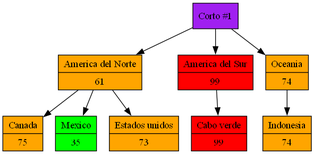
Earlier version of the Graphviz export Proyecto1/grafica.png (Ennero/-LFP-2S24Proyectos_202302220). Its source is kept beside it as Proyecto1/grafica.dot.
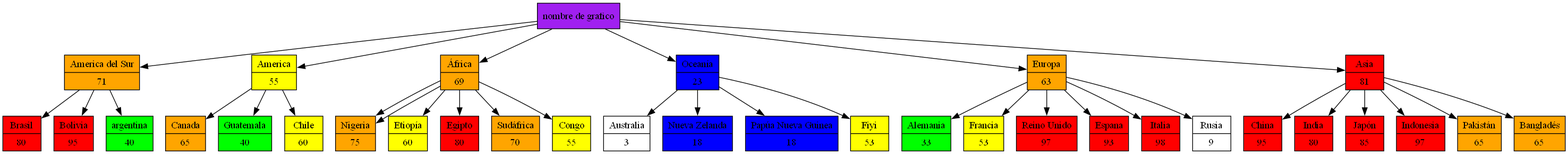
The same diagram one commit later.

What changed in the source:
```diff
@@ -1,21 +1,73 @@
 digraph Grafica {
 rankdir=TB;
 node [shape = record, style = filled];
-"Corto #1" [Label="{Corto #1}" fillcolor="purple"];
-"America del Norte" [label="{America del Norte|61}" fillcolor="orange";];
-"Corto #1" -> "America del Norte";
-"Canada" [label="{Canada|75}" fillcolor="orange";];
-"America del Norte" -> "Canada";
-"Mexico" [label="{Mexico|35}" fillcolor="green";];
-"America del Norte" -> "Mexico";
-"Estados unidos" [label="{Estados unidos|73}" fillcolor="orange";];
-"America del Norte" -> "Estados unidos";
-"America del Sur" [label="{America del Sur|99}" fillcolor="red";];
-"Corto #1" -> "America del Sur";
-"Cabo verde" [label="{Cabo verde|99}" fillcolor="red";];
-"America del Sur" -> "Cabo verde";
-"Oceania" [label="{Oceania|74}" fillcolor="orange";];
-"Corto #1" -> "Oceania";
-"Indonesia" [label="{Indonesia|74}" fillcolor="orange";];
-"Oceania" -> "Indonesia";
+"nombre de grafico" [Label="{nombre de grafico}" fillcolor="purple"];
+"America del Sur" [label="{America del Sur|71}" fillcolor="orange";];
+"nombre de grafico" -> "America del Sur";
+"Brasil" [label="{Brasil|80}" fillcolor="red";];
+"America del Sur" -> "Brasil";
+"Bolivia" [label="{Bolivia|95}" fillcolor="red";];
+"America del Sur" -> "Bolivia";
+"argentina" [label="{argentina|40}" fillcolor="green";];
+"America del Sur" -> "argentina";
+"America" [label="{America|55}" fillcolor="yellow";];
+"nombre de grafico" -> "America";
+"Canada" [label="{Canada|65}" fillcolor="orange";];
+"America" -> "Canada";
+"Guatemala" [label="{Guatemala|40}" fillcolor="green";];
+"America" -> "Guatemala";
+"Chile" [label="{Chile|60}" fillcolor="yellow";];
+"America" -> "Chile";
+"África" [label="{África|69}" fillcolor="orange";];
+"nombre de grafico" -> "África";
+"Nigeria" [label="{Nigeria|75}" fillcolor="orange";];
+"África" -> "Nigeria";
+"Etiopía" [label="{Etiopía|60}" fillcolor="yellow";];
+"África" -> "Etiopía";
+"Egipto" [label="{Egipto|80}" fillcolor="red";];
+"África" -> "Egipto";
+"Nigeria" [label="{Nigeria|75}" fillcolor="orange";];
+"África" -> "Nigeria";
+"Sudáfrica" [label="{Sudáfrica|70}" fillcolor="orange";];
+"África" -> "Sudáfrica";
+"Congo" [label="{Congo|55}" fillcolor="yellow";];
+"África" -> "Congo";
+"Oceanía" [label="{Oceanía|23}" fillcolor="blue";];
+"nombre de grafico" -> "Oceanía";
+"Australia" [label="{Australia|3}" fillcolor="white";];
+"Oceanía" -> "Australia";
+"Nueva Zelanda" [label="{Nueva Zelanda|18}" fillcolor="blue";];
+"Oceanía" -> "Nueva Zelanda";
+"Papúa Nueva Guinea" [label="{Papúa Nueva Guinea|18}" fillcolor="blue";];
+"Oceanía" -> "Papúa Nueva Guinea";
+"Fiyi" [label="{Fiyi|53}" fillcolor="yellow";];
+"Oceanía" -> "Fiyi";
+"Europa" [label="{Europa|63}" fillcolor="orange";];
+"nombre de grafico" -> "Europa";
+"Alemania" [label="{Alemania|33}" fillcolor="green";];
+"Europa" -> "Alemania";
+"Francia" [label="{Francia|53}" fillcolor="yellow";];
+"Europa" -> "Francia";
+"Reino Unido" [label="{Reino Unido|97}" fillcolor="red";];
+"Europa" -> "Reino Unido";
+"Espana" [label="{Espana|93}" fillcolor="red";];
+"Europa" -> "Espana";
+"Italia" [label="{Italia|98}" fillcolor="red";];
+"Europa" -> "Italia";
+"Rusia" [label="{Rusia|9}" fillcolor="white";];
+"Europa" -> "Rusia";
+"Asia" [label="{Asia|81}" fillcolor="red";];
+"nombre de grafico" -> "Asia";
+"China" [label="{China|95}" fillcolor="red";];
+"Asia" -> "China";
+"India" [label="{India|80}" fillcolor="red";];
+"Asia" -> "India";
+"Japón" [label="{Japón|85}" fillcolor="red";];
+"Asia" -> "Japón";
+"Indonesia" [label="{Indonesia|97}" fillcolor="red";];
+"Asia" -> "Indonesia";
+"Pakistán" [label="{Pakistán|65}" fillcolor="orange";];
+"Asia" -> "Pakistán";
+"Bangladés" [label="{Bangladés|65}" fillcolor="orange";];
+"Asia" -> "Bangladés";
 }
```
